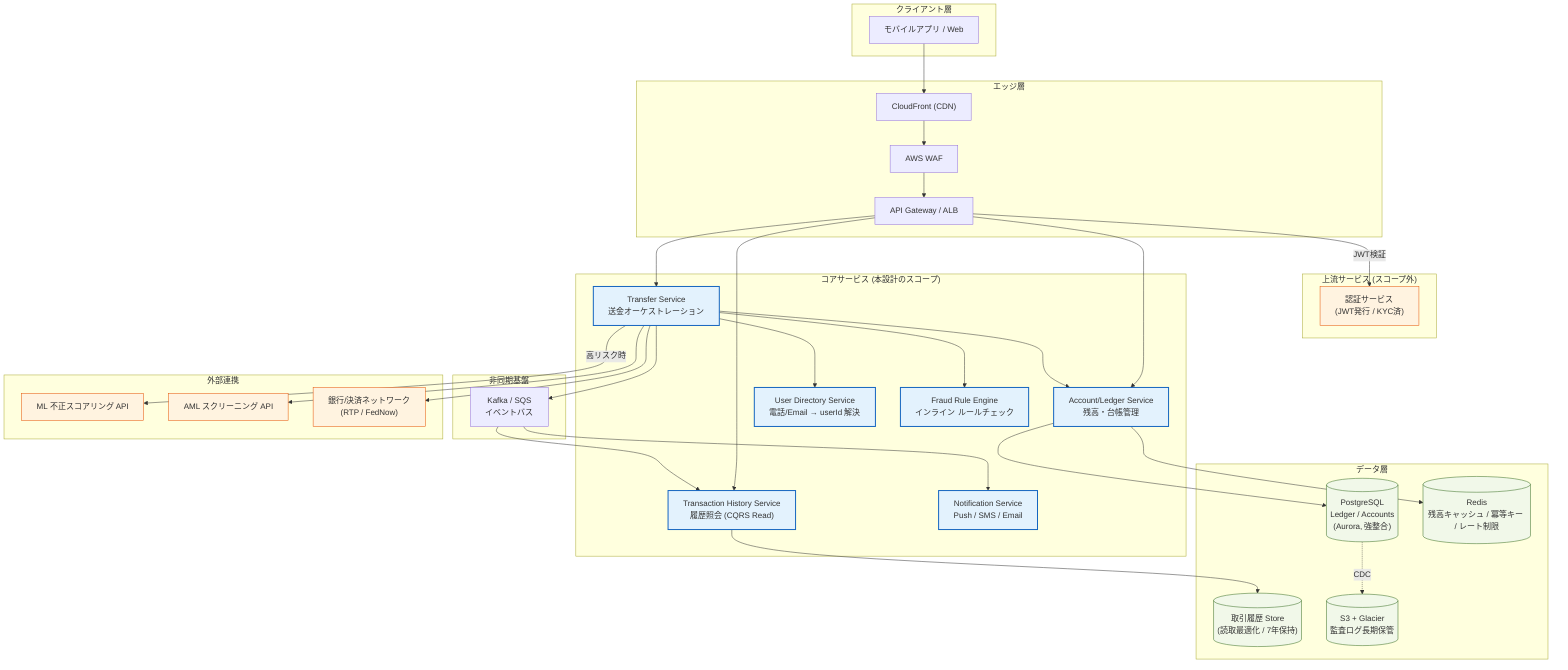
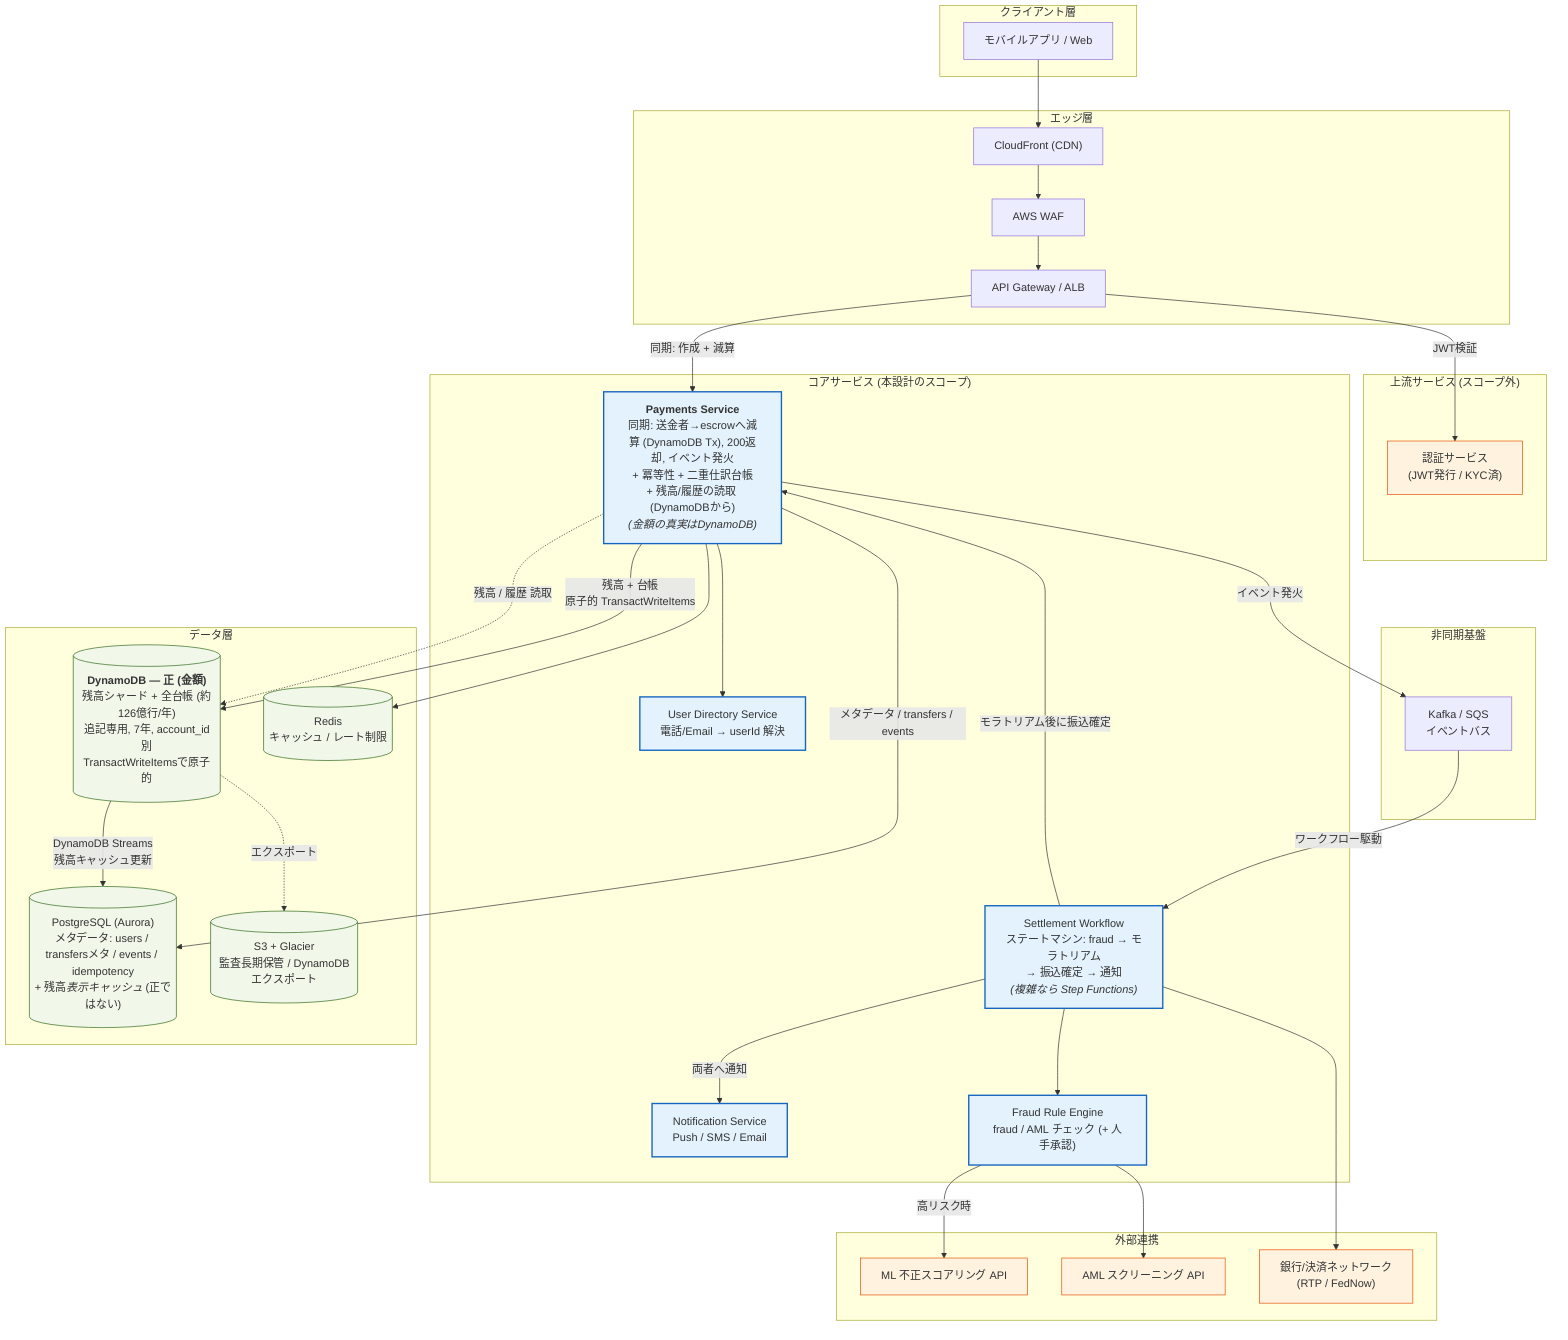
graph TB
    subgraph Client["クライアント層"]
        MOBILE["モバイルアプリ / Web"]
    end

    subgraph Edge["エッジ層"]
        CDN["CloudFront (CDN)"]
        WAF["AWS WAF"]
        APIGW["API Gateway / ALB"]
    end

    subgraph Upstream["上流サービス (スコープ外)"]
        AUTH["認証サービス<br/>(JWT発行 / KYC済)"]
    end

    subgraph Core["コアサービス (本設計のスコープ)"]
-         TRANSFER["Transfer Service<br/>送金オーケストレーション"]
-         ACCOUNT["Account/Ledger Service<br/>残高・台帳管理"]
+         PAYMENTS["<b>Payments Service</b><br/>同期: 送金者→escrowへ減算 (DynamoDB Tx), 200返却, イベント発火<br/>+ 冪等性 + 二重仕訳台帳<br/>+ 残高/履歴の読取 (DynamoDBから)<br/><i>(金額の真実はDynamoDB)</i>"]
+         WF["Settlement Workflow<br/>ステートマシン: fraud → モラトリアム<br/>→ 振込確定 → 通知<br/><i>(複雑なら Step Functions)</i>"]
        USER["User Directory Service<br/>電話/Email → userId 解決"]
-         TXHIST["Transaction History Service<br/>履歴照会 (CQRS Read)"]
        NOTIFY["Notification Service<br/>Push / SMS / Email"]
-         FRAUD["Fraud Rule Engine<br/>インライン ルールチェック"]
+         FRAUD["Fraud Rule Engine<br/>fraud / AML チェック (+ 人手承認)"]
    end

    subgraph Async["非同期基盤"]
        MQ["Kafka / SQS<br/>イベントバス"]
    end

    subgraph Data["データ層"]
-         LEDGERDB[("PostgreSQL<br/>Ledger / Accounts<br/>(Aurora, 強整合)")]
-         TXDB[("取引履歴 Store<br/>(読取最適化 / 7年保持)")]
-         CACHE[("Redis<br/>残高キャッシュ / 冪等キー / レート制限")]
-         ARCHIVE[("S3 + Glacier<br/>監査ログ長期保管")]
+         DDB[("<b>DynamoDB — 正 (金額)</b><br/>残高シャード + 全台帳 (約126億行/年)<br/>追記専用, 7年, account_id別<br/>TransactWriteItemsで原子的")]
+         LEDGERDB[("PostgreSQL (Aurora)<br/>メタデータ: users / transfersメタ / events / idempotency<br/>+ 残高<i>表示キャッシュ</i> (正ではない)")]
+         CACHE[("Redis<br/>キャッシュ / レート制限")]
+         ARCHIVE[("S3 + Glacier<br/>監査長期保管 / DynamoDBエクスポート")]
    end

    subgraph External["外部連携"]
        ML["ML 不正スコアリング API"]
        AML["AML スクリーニング API"]
        BANK["銀行/決済ネットワーク<br/>(RTP / FedNow)"]
    end

    MOBILE --> CDN --> WAF --> APIGW
    APIGW -->|JWT検証| AUTH
-     APIGW --> TRANSFER
-     APIGW --> TXHIST
-     APIGW --> ACCOUNT
+     APIGW -->|同期: 作成 + 減算| PAYMENTS

-     TRANSFER --> USER
-     TRANSFER --> FRAUD
-     TRANSFER --> ACCOUNT
-     TRANSFER -->|高リスク時| ML
-     TRANSFER --> AML
-     TRANSFER --> BANK
-     TRANSFER --> MQ
+     PAYMENTS --> USER
+     PAYMENTS --> CACHE
+     PAYMENTS -->|残高 + 台帳<br/>原子的 TransactWriteItems| DDB
+     PAYMENTS -.残高 / 履歴 読取.-> DDB
+     PAYMENTS -->|メタデータ / transfers / events| LEDGERDB
+     PAYMENTS -->|イベント発火| MQ

-     ACCOUNT --> LEDGERDB
-     ACCOUNT --> CACHE
-     MQ --> TXHIST
-     MQ --> NOTIFY
-     TXHIST --> TXDB
-     LEDGERDB -.CDC.-> ARCHIVE
+     MQ -->|ワークフロー駆動| WF
+     WF --> FRAUD
+     WF -->|モラトリアム後に振込確定| PAYMENTS
+     WF --> BANK
+     WF -->|両者へ通知| NOTIFY
+ 
+     FRAUD -->|高リスク時| ML
+     FRAUD --> AML
+ 
+     DDB -->|DynamoDB Streams<br/>残高キャッシュ更新| LEDGERDB
+     DDB -.エクスポート.-> ARCHIVE

    classDef scope fill:#e3f2fd,stroke:#1565c0,stroke-width:2px;
    classDef ext fill:#fff3e0,stroke:#e65100,stroke-width:1px;
    classDef data fill:#f1f8e9,stroke:#33691e,stroke-width:1px;
-     class TRANSFER,ACCOUNT,USER,TXHIST,NOTIFY,FRAUD scope;
+     class PAYMENTS,WF,USER,NOTIFY,FRAUD scope;
    class ML,AML,BANK,AUTH ext;
-     class LEDGERDB,TXDB,CACHE,ARCHIVE data;
+     class DDB,LEDGERDB,CACHE,ARCHIVE data;
